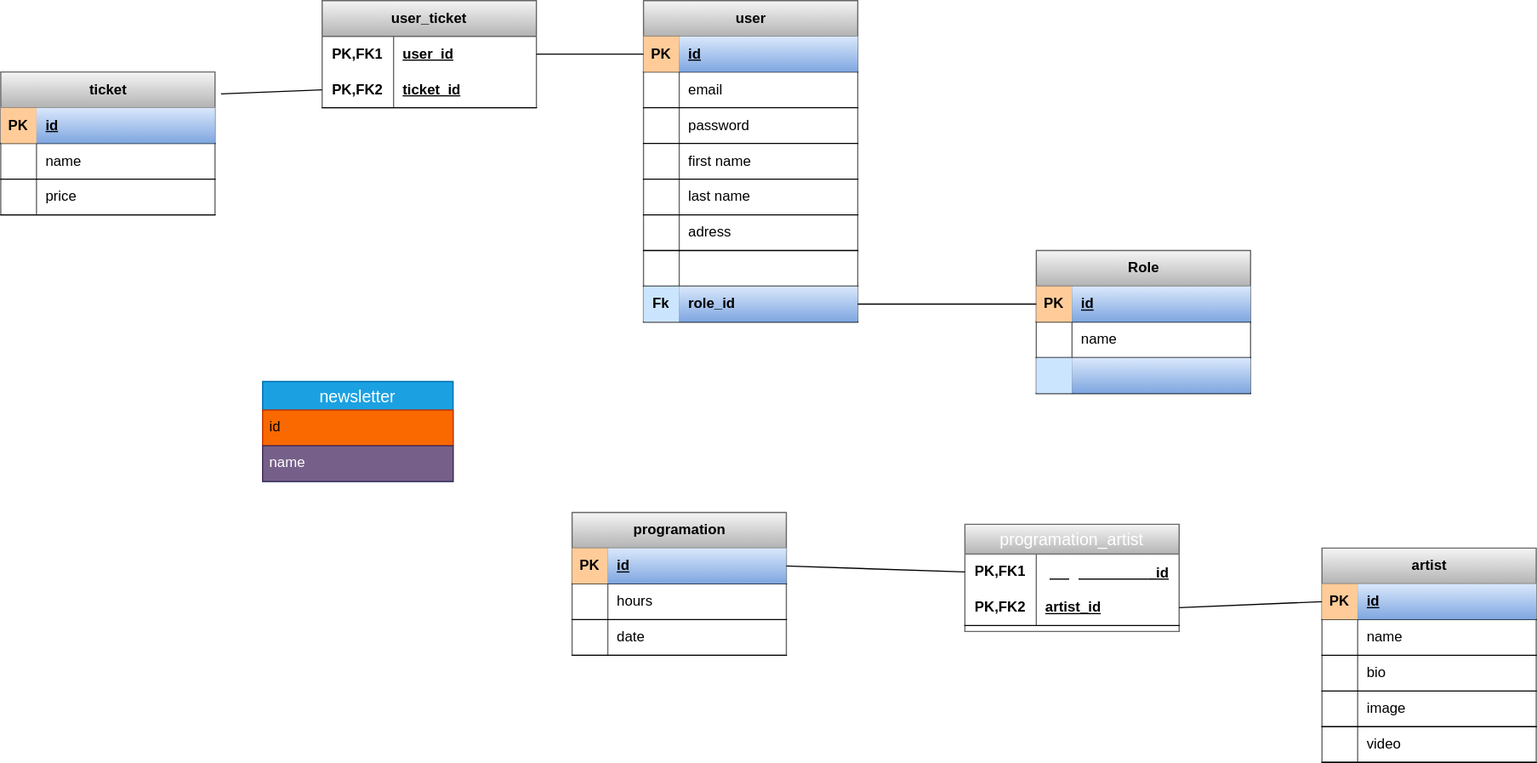
Lincheml94/brief_festival keeps this draw.io diagram as code/merise/MLD.drawio.svg. Above is the earlier version. Source tidied: cells renumbered, new cells last; positions are measured from the earlier drawing's top-left corner, leaving out a move shared by most shapes.
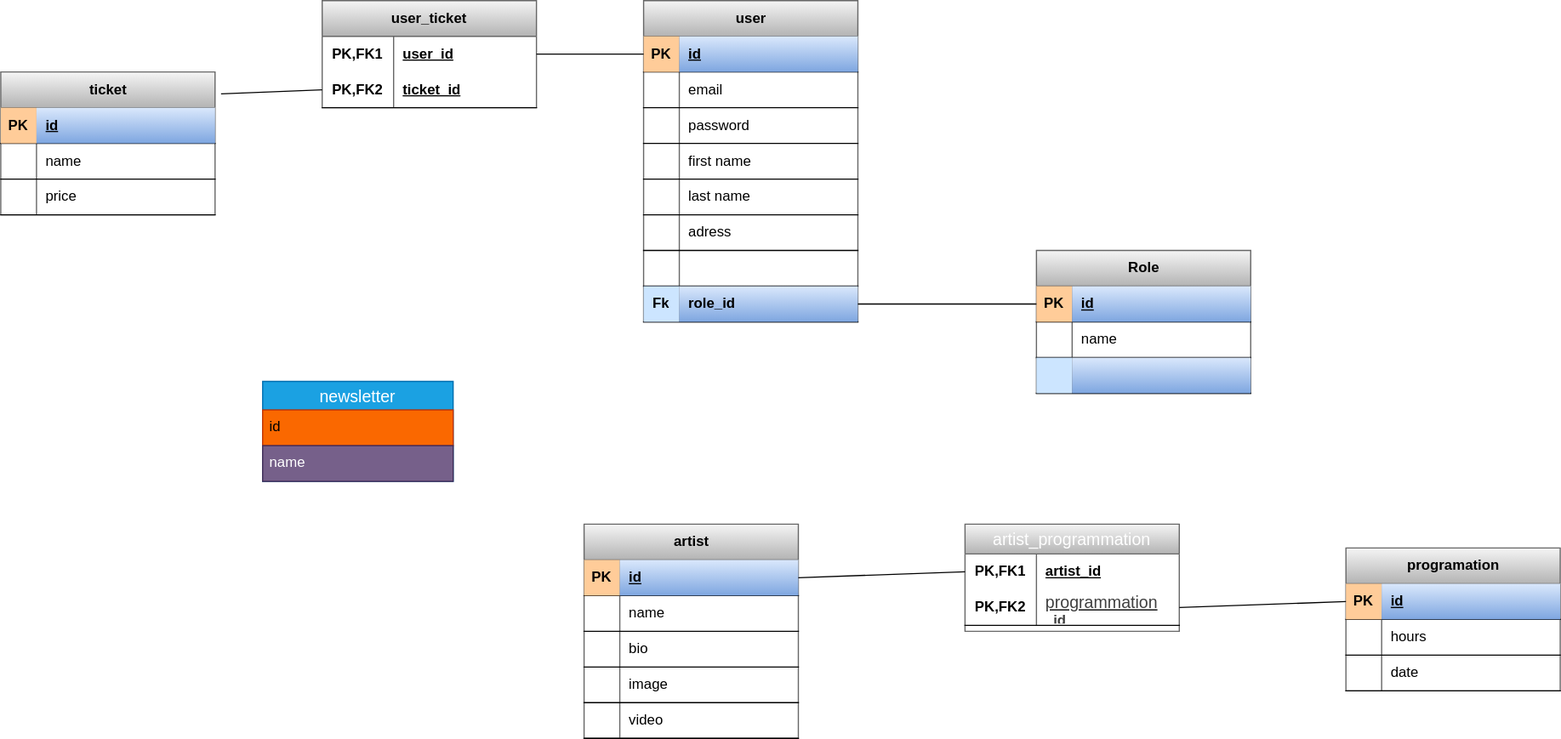
Above is the later version.

What changed in the source:
```diff
@@ -2,7 +2,7 @@
   <root>
     <mxCell id="0" />
     <mxCell id="1" parent="0" />
-    <mxCell id="2" value="&lt;span style=&quot;color: rgb(255, 255, 255); font-size: 14px; font-weight: 400; text-wrap-mode: nowrap;&quot;&gt;programation_artist&lt;/span&gt;" style="shape=table;startSize=25;rowLines=0;fontStyle=1;align=center;html=1;whiteSpace=wrap;swimlaneFillColor=default;fillColor=#f5f5f5;gradientColor=#b3b3b3;strokeColor=#666666;" parent="1" vertex="1">
+    <mxCell id="2" value="&lt;span style=&quot;color: rgb(255, 255, 255); font-size: 14px; font-weight: 400; text-wrap-mode: nowrap;&quot;&gt;artist_programmation&lt;/span&gt;" style="shape=table;startSize=25;rowLines=0;fontStyle=1;align=center;html=1;whiteSpace=wrap;swimlaneFillColor=default;fillColor=#f5f5f5;gradientColor=#b3b3b3;strokeColor=#666666;" parent="1" vertex="1">
       <mxGeometry x="810" y="440" width="180" height="90" as="geometry" />
     </mxCell>
     <mxCell id="3" style="shape=tableRow;horizontal=0;startSize=0;swimlaneHead=0;swimlaneBody=0;fillColor=none;points=[[0,0.5],[1,0.5]];portConstraint=eastwest;top=0;left=0;right=0;bottom=0;html=1;" parent="2" vertex="1">
@@ -11,7 +11,7 @@
     <mxCell id="4" value="PK,FK1" style="shape=partialRectangle;fillColor=none;top=0;left=0;bottom=0;right=0;fontStyle=1;overflow=hidden;html=1;whiteSpace=wrap;" parent="3" vertex="1">
       <mxGeometry width="60" height="30" as="geometry" />
     </mxCell>
-    <mxCell id="5" value="&lt;div style=&quot;text-align: center;&quot;&gt;&lt;span style=&quot;background-color: transparent;&quot;&gt;&lt;font color=&quot;#ffffff&quot;&gt;&lt;span style=&quot;font-size: 14px; font-weight: 400; text-wrap-mode: nowrap;&quot;&gt;programation&lt;/span&gt;&lt;/font&gt;_id&lt;/span&gt;&lt;/div&gt;" style="shape=partialRectangle;fillColor=none;top=0;left=0;bottom=0;right=0;align=left;spacingLeft=6;fontStyle=5;overflow=hidden;html=1;whiteSpace=wrap;" parent="3" vertex="1">
+    <mxCell id="5" value="&lt;div style=&quot;text-align: center;&quot;&gt;artist_id&lt;/div&gt;" style="shape=partialRectangle;fillColor=none;top=0;left=0;bottom=0;right=0;align=left;spacingLeft=6;fontStyle=5;overflow=hidden;html=1;whiteSpace=wrap;" parent="3" vertex="1">
       <mxGeometry x="60" width="120" height="30" as="geometry" />
     </mxCell>
     <mxCell id="6" style="shape=tableRow;horizontal=0;startSize=0;swimlaneHead=0;swimlaneBody=0;fillColor=none;points=[[0,0.5],[1,0.5]];portConstraint=eastwest;top=0;left=0;right=0;bottom=1;html=1;" parent="2" vertex="1">
@@ -20,7 +20,7 @@
     <mxCell id="7" value="PK,FK2" style="shape=partialRectangle;fillColor=none;top=0;left=0;bottom=0;right=0;fontStyle=1;overflow=hidden;html=1;whiteSpace=wrap;" parent="6" vertex="1">
       <mxGeometry width="60" height="30" as="geometry" />
     </mxCell>
-    <mxCell id="8" value="artist_id" style="shape=partialRectangle;fillColor=none;top=0;left=0;bottom=0;right=0;align=left;spacingLeft=6;fontStyle=5;overflow=hidden;html=1;whiteSpace=wrap;" parent="6" vertex="1">
+    <mxCell id="8" value="&lt;font style=&quot;scrollbar-color: rgb(226, 226, 226) rgb(251, 251, 251); text-align: center;&quot;&gt;&lt;span style=&quot;color: rgb(63, 63, 63); scrollbar-color: rgb(226, 226, 226) rgb(251, 251, 251); font-size: 14px; font-weight: 400; text-wrap-mode: nowrap;&quot;&gt;programmation&lt;/span&gt;&lt;/font&gt;&lt;span style=&quot;color: rgb(63, 63, 63); text-align: center;&quot;&gt;_id&lt;/span&gt;" style="shape=partialRectangle;fillColor=none;top=0;left=0;bottom=0;right=0;align=left;spacingLeft=6;fontStyle=5;overflow=hidden;html=1;whiteSpace=wrap;" parent="6" vertex="1">
       <mxGeometry x="60" width="120" height="30" as="geometry" />
     </mxCell>
     <mxCell id="9" value="user_ticket" style="shape=table;startSize=30;rowLines=0;fontStyle=1;align=center;html=1;whiteSpace=wrap;swimlaneFillColor=default;fillColor=#f5f5f5;gradientColor=#b3b3b3;strokeColor=#666666;" parent="1" vertex="1">
@@ -159,7 +159,7 @@
       <mxGeometry x="30" width="150" height="30" as="geometry" />
     </mxCell>
     <mxCell id="54" value="artist" style="shape=table;startSize=30;rowLines=0;fontStyle=1;align=center;html=1;swimlaneFillColor=default;fillColor=#f5f5f5;gradientColor=#b3b3b3;strokeColor=#666666;" parent="1" vertex="1">
-      <mxGeometry x="1110" y="460" width="180" height="180" as="geometry" />
+      <mxGeometry x="490" y="440" width="180" height="180" as="geometry" />
     </mxCell>
     <mxCell id="55" style="shape=tableRow;horizontal=0;startSize=0;swimlaneHead=0;swimlaneBody=0;fillColor=none;points=[[0,0.5],[1,0.5]];portConstraint=eastwest;top=0;left=0;right=0;bottom=1;" parent="54" vertex="1">
       <mxGeometry y="30" width="180" height="30" as="geometry" />
@@ -207,7 +207,7 @@
       <mxGeometry x="30" width="150" height="30" as="geometry" />
     </mxCell>
     <mxCell id="70" value="programation" style="shape=table;startSize=30;rowLines=0;fontStyle=1;align=center;html=1;swimlaneFillColor=default;fillColor=#f5f5f5;gradientColor=#b3b3b3;strokeColor=#666666;" parent="1" vertex="1">
-      <mxGeometry x="480" y="430" width="180" height="120" as="geometry" />
+      <mxGeometry x="1130" y="460" width="180" height="120" as="geometry" />
     </mxCell>
     <mxCell id="71" style="shape=tableRow;horizontal=0;startSize=0;swimlaneHead=0;swimlaneBody=0;fillColor=none;points=[[0,0.5],[1,0.5]];portConstraint=eastwest;top=0;left=0;right=0;bottom=1;" parent="70" vertex="1">
       <mxGeometry y="30" width="180" height="30" as="geometry" />
@@ -275,10 +275,12 @@
     <mxCell id="92" style="endArrow=none;html=1;entryX=0;entryY=0.5;entryDx=0;entryDy=0;exitX=1.028;exitY=0.153;exitDx=0;exitDy=0;exitPerimeter=0;" parent="1" edge="1" source="80" target="13">
       <mxGeometry relative="1" as="geometry" />
     </mxCell>
-    <mxCell id="93" style="endArrow=none;html=1;entryX=0;entryY=0.5;entryDx=0;entryDy=0;exitX=1;exitY=0.5;exitDx=0;exitDy=0;" parent="1" edge="1" source="6" target="55">
-      <mxGeometry relative="1" as="geometry" />
+    <mxCell id="93" style="endArrow=none;html=1;entryX=1;entryY=0.5;entryDx=0;entryDy=0;" parent="1" edge="1" target="55">
+      <mxGeometry relative="1" as="geometry">
+        <mxPoint x="810" y="480" as="sourcePoint" />
+      </mxGeometry>
     </mxCell>
-    <mxCell id="94" style="endArrow=none;html=1;entryX=0;entryY=0.5;entryDx=0;entryDy=0;exitX=1;exitY=0.5;exitDx=0;exitDy=0;" parent="1" edge="1" source="71" target="3">
+    <mxCell id="94" style="endArrow=none;html=1;entryX=1;entryY=0.5;entryDx=0;entryDy=0;exitX=0;exitY=0.5;exitDx=0;exitDy=0;" parent="1" edge="1" source="71" target="6">
       <mxGeometry relative="1" as="geometry" />
     </mxCell>
   </root>
```
